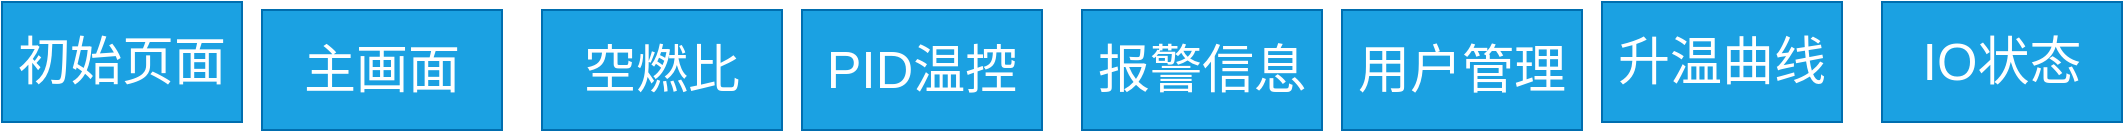
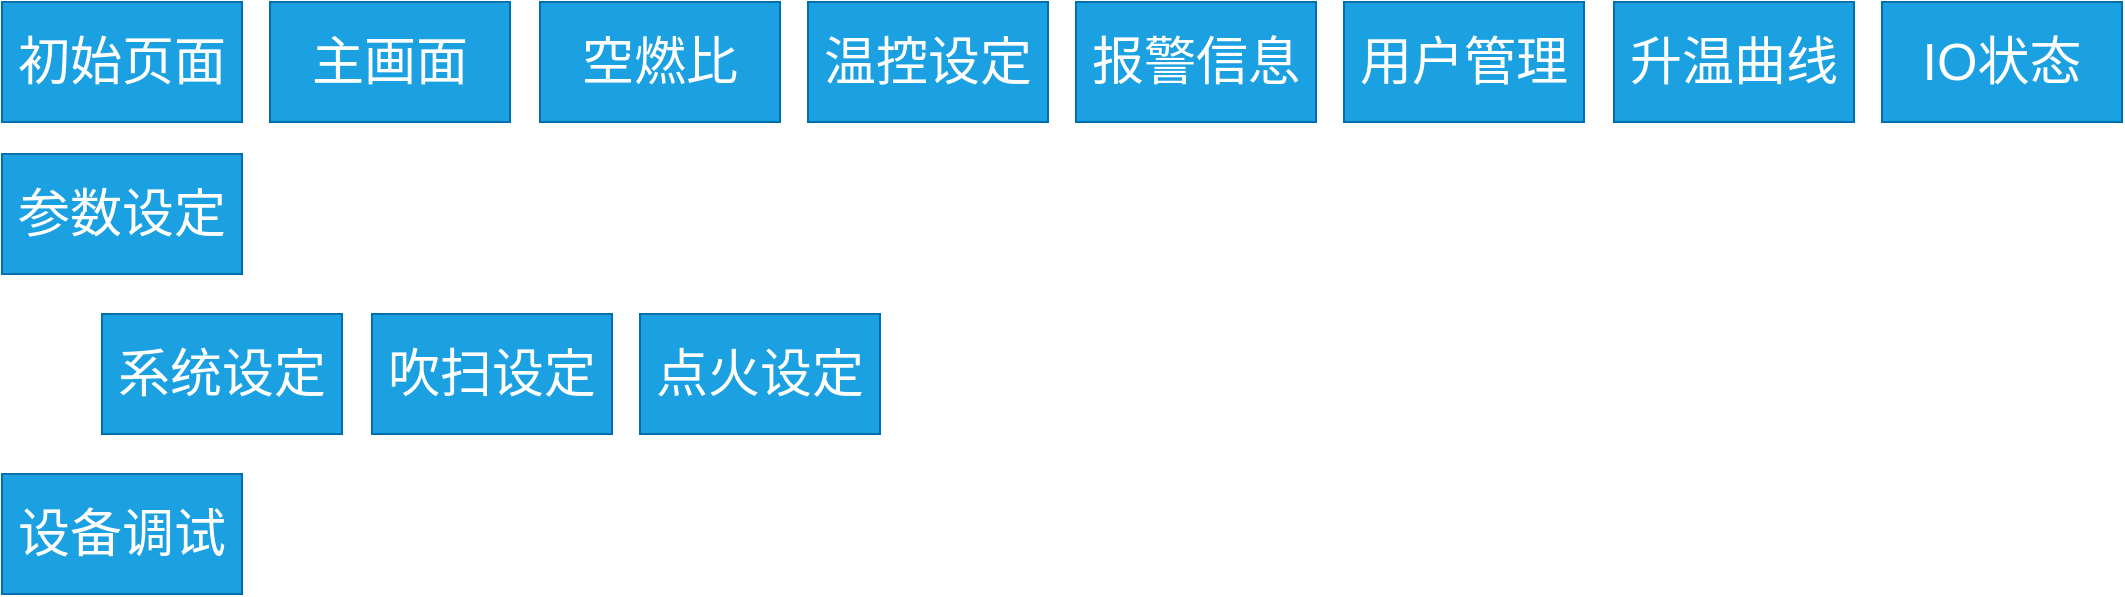
<mxfile host="Electron" agent="Mozilla/5.0 (Windows NT 10.0; Win64; x64) AppleWebKit/537.36 (KHTML, like Gecko) draw.io/27.0.9 Chrome/134.0.6998.205 Electron/35.4.0 Safari/537.36" version="27.0.9">
  <diagram name="第 1 页" id="ibiTkNbQS1VMkfuIGDfR">
-     <mxGraphModel dx="1376" dy="945" grid="1" gridSize="10" guides="1" tooltips="1" connect="1" arrows="1" fold="1" page="1" pageScale="1" pageWidth="1169" pageHeight="827" math="0" shadow="0">
+     <mxGraphModel dx="1671" dy="1147" grid="1" gridSize="10" guides="1" tooltips="1" connect="1" arrows="1" fold="1" page="1" pageScale="1" pageWidth="1169" pageHeight="827" math="0" shadow="0">
      <root>
        <mxCell id="0" />
        <mxCell id="1" parent="0" />
-         <mxCell id="q47nCryLiK7OwEIdslLc-1" value="初始页面" style="rounded=0;whiteSpace=wrap;html=1;fontSize=26;fillColor=#1ba1e2;fontColor=#ffffff;strokeColor=#006EAF;" vertex="1" parent="1">
-           <mxGeometry y="350" width="120" height="60" as="geometry" />
+         <mxCell id="q47nCryLiK7OwEIdslLc-1" value="初始页面" style="rounded=0;whiteSpace=wrap;html=1;fontSize=26;fillColor=#1ba1e2;fontColor=#ffffff;strokeColor=#006EAF;" parent="1" vertex="1">
+           <mxGeometry y="354" width="120" height="60" as="geometry" />
        </mxCell>
-         <mxCell id="q47nCryLiK7OwEIdslLc-2" value="主画面" style="whiteSpace=wrap;html=1;fontSize=26;fillColor=#1ba1e2;strokeColor=#006EAF;fontColor=#ffffff;rounded=0;" vertex="1" parent="1">
-           <mxGeometry x="130" y="354" width="120" height="60" as="geometry" />
+         <mxCell id="q47nCryLiK7OwEIdslLc-2" value="主画面" style="whiteSpace=wrap;html=1;fontSize=26;fillColor=#1ba1e2;strokeColor=#006EAF;fontColor=#ffffff;rounded=0;" parent="1" vertex="1">
+           <mxGeometry x="134" y="354" width="120" height="60" as="geometry" />
        </mxCell>
-         <mxCell id="q47nCryLiK7OwEIdslLc-4" value="空燃比" style="whiteSpace=wrap;html=1;fontSize=26;fillColor=#1ba1e2;strokeColor=#006EAF;fontColor=#ffffff;rounded=0;" vertex="1" parent="1">
-           <mxGeometry x="270" y="354" width="120" height="60" as="geometry" />
+         <mxCell id="q47nCryLiK7OwEIdslLc-4" value="空燃比" style="whiteSpace=wrap;html=1;fontSize=26;fillColor=#1ba1e2;strokeColor=#006EAF;fontColor=#ffffff;rounded=0;" parent="1" vertex="1">
+           <mxGeometry x="269" y="354" width="120" height="60" as="geometry" />
        </mxCell>
-         <mxCell id="q47nCryLiK7OwEIdslLc-6" value="PID温控" style="whiteSpace=wrap;html=1;fontSize=26;fillColor=#1ba1e2;strokeColor=#006EAF;fontColor=#ffffff;rounded=0;" vertex="1" parent="1">
-           <mxGeometry x="400" y="354" width="120" height="60" as="geometry" />
+         <mxCell id="q47nCryLiK7OwEIdslLc-6" value="温控设定" style="whiteSpace=wrap;html=1;fontSize=26;fillColor=#1ba1e2;strokeColor=#006EAF;fontColor=#ffffff;rounded=0;" parent="1" vertex="1">
+           <mxGeometry x="403" y="354" width="120" height="60" as="geometry" />
        </mxCell>
-         <mxCell id="q47nCryLiK7OwEIdslLc-7" value="IO状态" style="whiteSpace=wrap;html=1;fontSize=26;fillColor=#1ba1e2;strokeColor=#006EAF;fontColor=#ffffff;rounded=0;" vertex="1" parent="1">
-           <mxGeometry x="940" y="350" width="120" height="60" as="geometry" />
+         <mxCell id="q47nCryLiK7OwEIdslLc-7" value="IO状态" style="whiteSpace=wrap;html=1;fontSize=26;fillColor=#1ba1e2;strokeColor=#006EAF;fontColor=#ffffff;rounded=0;" parent="1" vertex="1">
+           <mxGeometry x="940" y="354" width="120" height="60" as="geometry" />
        </mxCell>
-         <mxCell id="q47nCryLiK7OwEIdslLc-8" value="报警信息" style="whiteSpace=wrap;html=1;fontSize=26;fillColor=#1ba1e2;strokeColor=#006EAF;fontColor=#ffffff;rounded=0;" vertex="1" parent="1">
-           <mxGeometry x="540" y="354" width="120" height="60" as="geometry" />
+         <mxCell id="q47nCryLiK7OwEIdslLc-8" value="报警信息" style="whiteSpace=wrap;html=1;fontSize=26;fillColor=#1ba1e2;strokeColor=#006EAF;fontColor=#ffffff;rounded=0;" parent="1" vertex="1">
+           <mxGeometry x="537" y="354" width="120" height="60" as="geometry" />
        </mxCell>
-         <mxCell id="q47nCryLiK7OwEIdslLc-9" value="用户管理" style="whiteSpace=wrap;html=1;fontSize=26;fillColor=#1ba1e2;strokeColor=#006EAF;fontColor=#ffffff;rounded=0;" vertex="1" parent="1">
-           <mxGeometry x="670" y="354" width="120" height="60" as="geometry" />
+         <mxCell id="q47nCryLiK7OwEIdslLc-9" value="用户管理" style="whiteSpace=wrap;html=1;fontSize=26;fillColor=#1ba1e2;strokeColor=#006EAF;fontColor=#ffffff;rounded=0;" parent="1" vertex="1">
+           <mxGeometry x="671" y="354" width="120" height="60" as="geometry" />
        </mxCell>
-         <mxCell id="q47nCryLiK7OwEIdslLc-10" value="升温曲线" style="whiteSpace=wrap;html=1;fontSize=26;fillColor=#1ba1e2;strokeColor=#006EAF;fontColor=#ffffff;rounded=0;" vertex="1" parent="1">
-           <mxGeometry x="800" y="350" width="120" height="60" as="geometry" />
+         <mxCell id="q47nCryLiK7OwEIdslLc-10" value="升温曲线" style="whiteSpace=wrap;html=1;fontSize=26;fillColor=#1ba1e2;strokeColor=#006EAF;fontColor=#ffffff;rounded=0;" parent="1" vertex="1">
+           <mxGeometry x="806" y="354" width="120" height="60" as="geometry" />
+         </mxCell>
+         <mxCell id="QwnEwRC9KYirI5YMXBmp-1" value="点火设定" style="rounded=0;whiteSpace=wrap;html=1;fontSize=26;fillColor=#1ba1e2;fontColor=#ffffff;strokeColor=#006EAF;" vertex="1" parent="1">
+           <mxGeometry x="319" y="510" width="120" height="60" as="geometry" />
+         </mxCell>
+         <mxCell id="QwnEwRC9KYirI5YMXBmp-2" value="吹扫设定" style="rounded=0;whiteSpace=wrap;html=1;fontSize=26;fillColor=#1ba1e2;fontColor=#ffffff;strokeColor=#006EAF;" vertex="1" parent="1">
+           <mxGeometry x="185" y="510" width="120" height="60" as="geometry" />
+         </mxCell>
+         <mxCell id="QwnEwRC9KYirI5YMXBmp-3" value="系统设定" style="rounded=0;whiteSpace=wrap;html=1;fontSize=26;fillColor=#1ba1e2;fontColor=#ffffff;strokeColor=#006EAF;" vertex="1" parent="1">
+           <mxGeometry x="50" y="510" width="120" height="60" as="geometry" />
+         </mxCell>
+         <mxCell id="QwnEwRC9KYirI5YMXBmp-4" value="参数设定" style="rounded=0;whiteSpace=wrap;html=1;fontSize=26;fillColor=#1ba1e2;fontColor=#ffffff;strokeColor=#006EAF;" vertex="1" parent="1">
+           <mxGeometry y="430" width="120" height="60" as="geometry" />
+         </mxCell>
+         <mxCell id="QwnEwRC9KYirI5YMXBmp-5" value="设备调试" style="rounded=0;whiteSpace=wrap;html=1;fontSize=26;fillColor=#1ba1e2;fontColor=#ffffff;strokeColor=#006EAF;" vertex="1" parent="1">
+           <mxGeometry y="590" width="120" height="60" as="geometry" />
        </mxCell>
      </root>
    </mxGraphModel>
  </diagram>
</mxfile>
